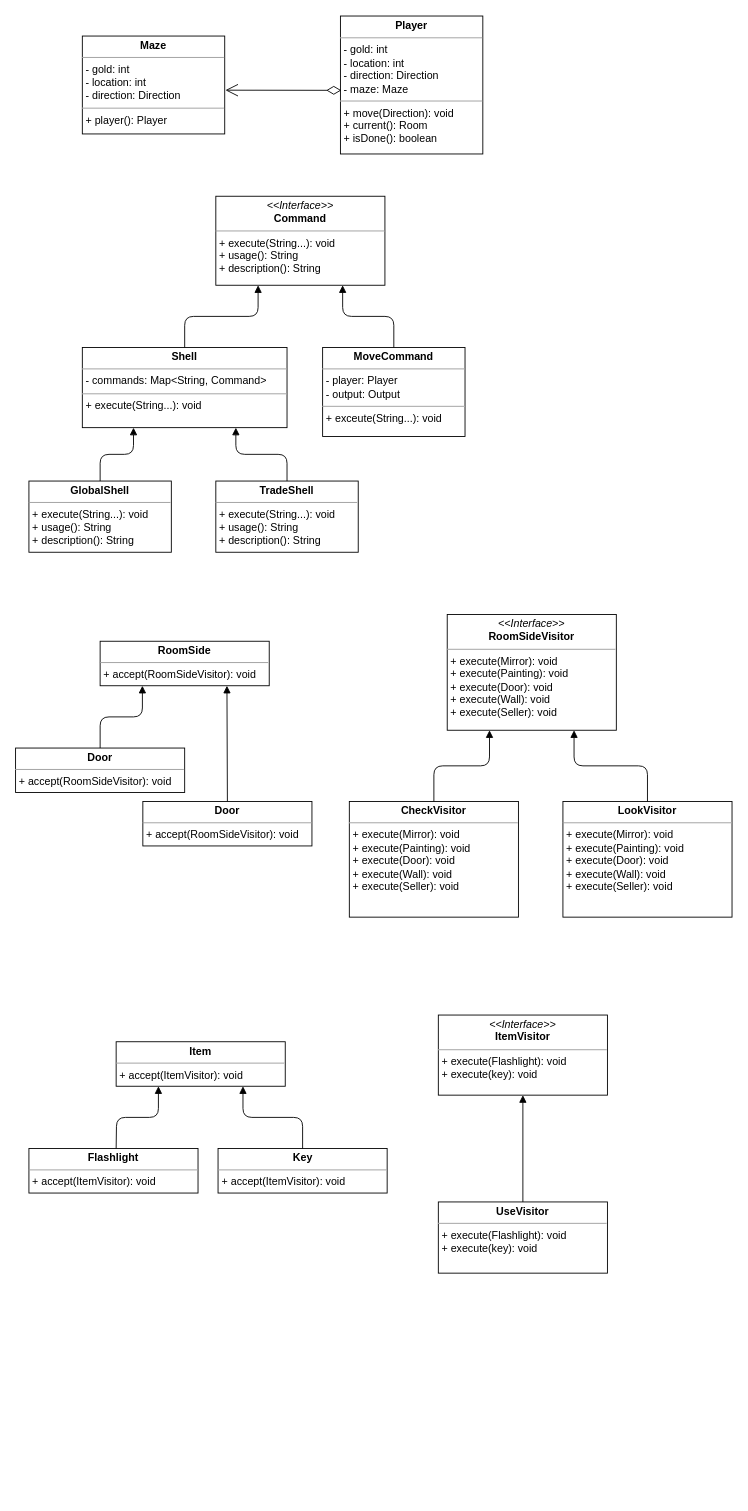
This is Report/dp.drawio from mosheto/World-Navigator, a draw.io file, before an edit. Source tidied: cells renumbered, new cells numbered last; positions are measured from the earlier drawing's top-left corner, leaving out a move shared by most shapes. Both pictures are drawn from the tidied source at 89%, with x=0, y=0 at pixel (15, 16).
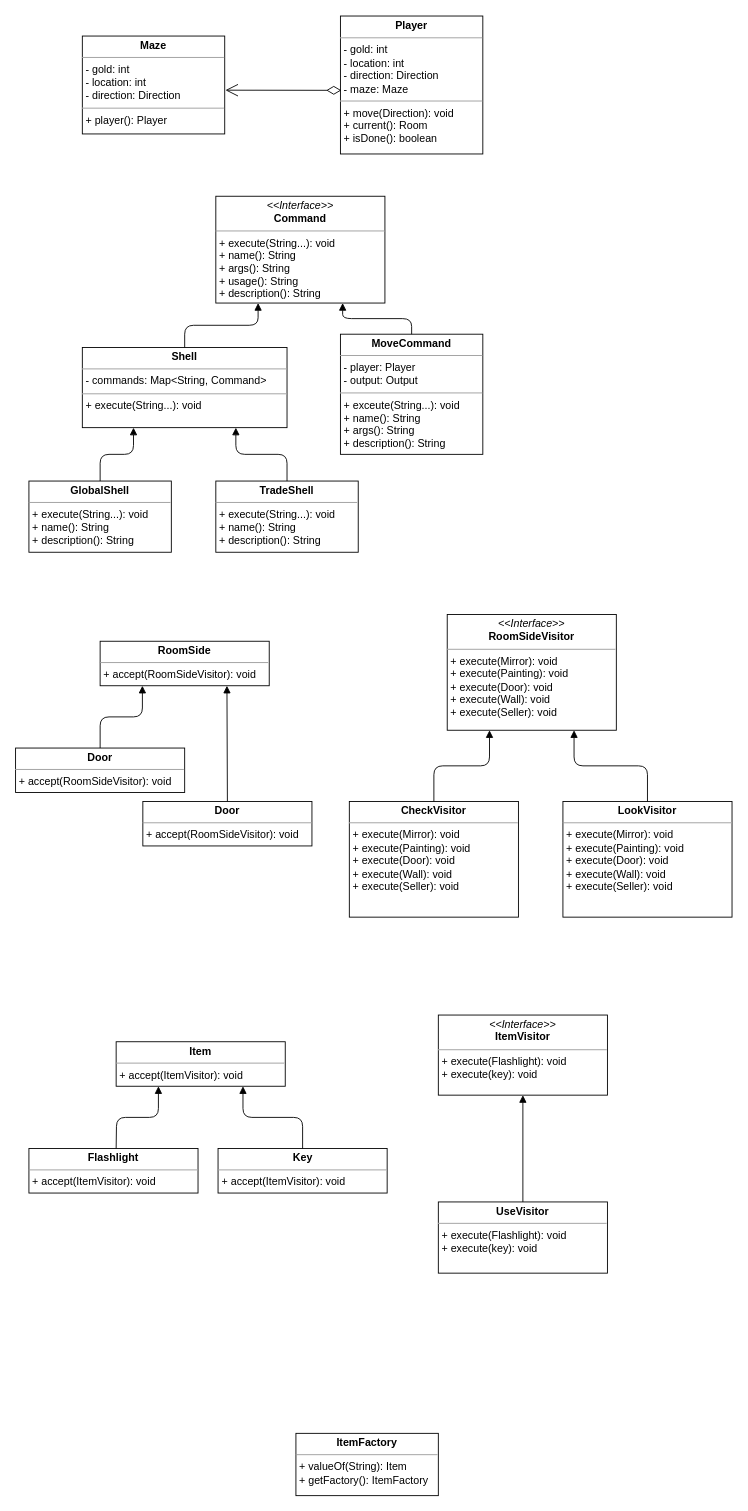
After the change.

Change to the diagram source:
```diff
@@
-    <mxCell id="5" value="&lt;p style=&quot;margin: 0px ; margin-top: 4px ; text-align: center&quot;&gt;&lt;i&gt;&amp;lt;&amp;lt;Interface&amp;gt;&amp;gt;&lt;/i&gt;&lt;br&gt;&lt;b&gt;Command&lt;/b&gt;&lt;/p&gt;&lt;hr size=&quot;1&quot;&gt;&lt;p style=&quot;margin: 0px ; margin-left: 4px&quot;&gt;+ execute(String...): void&amp;nbsp;&lt;br&gt;+ usage(): String&lt;/p&gt;&lt;p style=&quot;margin: 0px ; margin-left: 4px&quot;&gt;+ description(): String&lt;/p&gt;" style="verticalAlign=top;align=left;overflow=fill;fontSize=12;fontFamily=Helvetica;html=1;" parent="1" vertex="1">
-      <mxGeometry x="225" y="202" width="190" height="100" as="geometry" />
+    <mxCell id="5" value="&lt;p style=&quot;margin: 0px ; margin-top: 4px ; text-align: center&quot;&gt;&lt;i&gt;&amp;lt;&amp;lt;Interface&amp;gt;&amp;gt;&lt;/i&gt;&lt;br&gt;&lt;b&gt;Command&lt;/b&gt;&lt;/p&gt;&lt;hr size=&quot;1&quot;&gt;&lt;p style=&quot;margin: 0px ; margin-left: 4px&quot;&gt;+ execute(String...): void&amp;nbsp;&lt;br&gt;+ name(): String&lt;/p&gt;&lt;p style=&quot;margin: 0px ; margin-left: 4px&quot;&gt;+ args(): String&lt;br&gt;&lt;/p&gt;&lt;p style=&quot;margin: 0px ; margin-left: 4px&quot;&gt;+ usage(): String&lt;br&gt;&lt;/p&gt;&lt;p style=&quot;margin: 0px ; margin-left: 4px&quot;&gt;+ description(): String&lt;/p&gt;" style="verticalAlign=top;align=left;overflow=fill;fontSize=12;fontFamily=Helvetica;html=1;" parent="1" vertex="1">
+      <mxGeometry x="225" y="202" width="190" height="120" as="geometry" />
     </mxCell>
@@
-    <mxCell id="9" value="&lt;p style=&quot;margin: 0px ; margin-top: 4px ; text-align: center&quot;&gt;&lt;b&gt;GlobalShell&lt;/b&gt;&lt;/p&gt;&lt;hr size=&quot;1&quot;&gt;&lt;p style=&quot;margin: 0px ; margin-left: 4px&quot;&gt;+ execute(String...): void&lt;/p&gt;&lt;p style=&quot;margin: 0px ; margin-left: 4px&quot;&gt;+ usage(): String&lt;/p&gt;&lt;p style=&quot;margin: 0px ; margin-left: 4px&quot;&gt;+ description(): String&lt;/p&gt;" style="verticalAlign=top;align=left;overflow=fill;fontSize=12;fontFamily=Helvetica;html=1;" parent="1" vertex="1">
+    <mxCell id="9" value="&lt;p style=&quot;margin: 0px ; margin-top: 4px ; text-align: center&quot;&gt;&lt;b&gt;GlobalShell&lt;/b&gt;&lt;/p&gt;&lt;hr size=&quot;1&quot;&gt;&lt;p style=&quot;margin: 0px ; margin-left: 4px&quot;&gt;+ execute(String...): void&lt;/p&gt;&lt;p style=&quot;margin: 0px 0px 0px 4px&quot;&gt;+ name(): String&lt;/p&gt;&lt;p style=&quot;margin: 0px ; margin-left: 4px&quot;&gt;+ description(): String&lt;/p&gt;" style="verticalAlign=top;align=left;overflow=fill;fontSize=12;fontFamily=Helvetica;html=1;" parent="1" vertex="1">
       <mxGeometry x="15" y="522" width="160" height="80" as="geometry" />
     </mxCell>
@@
-    <mxCell id="13" value="&lt;p style=&quot;margin: 0px ; margin-top: 4px ; text-align: center&quot;&gt;&lt;b&gt;MoveCommand&lt;/b&gt;&lt;/p&gt;&lt;hr size=&quot;1&quot;&gt;&lt;p style=&quot;margin: 0px ; margin-left: 4px&quot;&gt;- player: Player&lt;/p&gt;&lt;p style=&quot;margin: 0px ; margin-left: 4px&quot;&gt;- output: Output&lt;/p&gt;&lt;hr size=&quot;1&quot;&gt;&lt;p style=&quot;margin: 0px ; margin-left: 4px&quot;&gt;+ exceute(String...): void&lt;/p&gt;" style="verticalAlign=top;align=left;overflow=fill;fontSize=12;fontFamily=Helvetica;html=1;" parent="1" vertex="1">
-      <mxGeometry x="345" y="372" width="160" height="100" as="geometry" />
+    <mxCell id="13" value="&lt;p style=&quot;margin: 0px ; margin-top: 4px ; text-align: center&quot;&gt;&lt;b&gt;MoveCommand&lt;/b&gt;&lt;/p&gt;&lt;hr size=&quot;1&quot;&gt;&lt;p style=&quot;margin: 0px ; margin-left: 4px&quot;&gt;- player: Player&lt;/p&gt;&lt;p style=&quot;margin: 0px ; margin-left: 4px&quot;&gt;- output: Output&lt;/p&gt;&lt;hr size=&quot;1&quot;&gt;&lt;p style=&quot;margin: 0px ; margin-left: 4px&quot;&gt;+ exceute(String...): void&lt;/p&gt;&lt;p style=&quot;margin: 0px 0px 0px 4px&quot;&gt;+ name(): String&lt;/p&gt;&lt;p style=&quot;margin: 0px 0px 0px 4px&quot;&gt;+ args(): String&lt;/p&gt;&lt;p style=&quot;margin: 0px 0px 0px 4px&quot;&gt;+ description(): String&lt;/p&gt;" style="verticalAlign=top;align=left;overflow=fill;fontSize=12;fontFamily=Helvetica;html=1;" parent="1" vertex="1">
+      <mxGeometry x="365" y="357" width="160" height="135" as="geometry" />
     </mxCell>
@@
-    <mxCell id="16" value="&lt;p style=&quot;margin: 0px ; margin-top: 4px ; text-align: center&quot;&gt;&lt;b&gt;TradeShell&lt;/b&gt;&lt;/p&gt;&lt;hr size=&quot;1&quot;&gt;&lt;p style=&quot;margin: 0px ; margin-left: 4px&quot;&gt;+ execute(String...): void&lt;/p&gt;&lt;p style=&quot;margin: 0px 0px 0px 4px&quot;&gt;+ usage(): String&lt;/p&gt;&lt;p style=&quot;margin: 0px 0px 0px 4px&quot;&gt;+ description(): String&lt;/p&gt;" style="verticalAlign=top;align=left;overflow=fill;fontSize=12;fontFamily=Helvetica;html=1;" parent="1" vertex="1">
+    <mxCell id="16" value="&lt;p style=&quot;margin: 0px ; margin-top: 4px ; text-align: center&quot;&gt;&lt;b&gt;TradeShell&lt;/b&gt;&lt;/p&gt;&lt;hr size=&quot;1&quot;&gt;&lt;p style=&quot;margin: 0px ; margin-left: 4px&quot;&gt;+ execute(String...): void&lt;/p&gt;&lt;p style=&quot;margin: 0px 0px 0px 4px&quot;&gt;+ name(): String&lt;/p&gt;&lt;p style=&quot;margin: 0px 0px 0px 4px&quot;&gt;+ description(): String&lt;/p&gt;" style="verticalAlign=top;align=left;overflow=fill;fontSize=12;fontFamily=Helvetica;html=1;" parent="1" vertex="1">
       <mxGeometry x="225" y="522" width="160" height="80" as="geometry" />
     </mxCell>
@@
+    <mxCell id="43" value="&lt;p style=&quot;margin: 0px ; margin-top: 4px ; text-align: center&quot;&gt;&lt;b&gt;ItemFactory&lt;/b&gt;&lt;/p&gt;&lt;hr size=&quot;1&quot;&gt;&lt;p style=&quot;margin: 0px ; margin-left: 4px&quot;&gt;+ valueOf(String): Item&lt;/p&gt;&lt;p style=&quot;margin: 0px ; margin-left: 4px&quot;&gt;+ getFactory(): ItemFactory&lt;/p&gt;" style="verticalAlign=top;align=left;overflow=fill;fontSize=12;fontFamily=Helvetica;html=1;" parent="1" vertex="1">
+      <mxGeometry x="315" y="1592" width="160" height="70" as="geometry" />
+    </mxCell>
```
